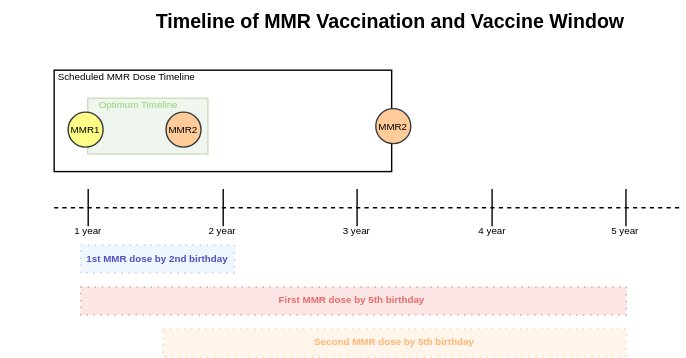
Above: 4. output/mmr timeline.svg in jubo-git/Project (draw.io), before the change. Source tidied: cells renumbered, new cells last; positions are measured from the earlier drawing's top-left corner, leaving out a move shared by most shapes.
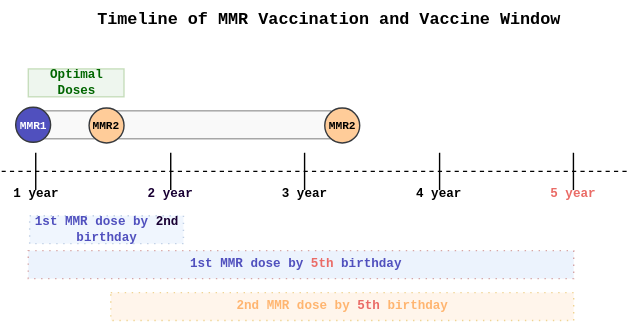
After the commit.

Commit message:
MMR colour matching.svg

Diff of the diagram source:
```diff
@@ -2,104 +2,98 @@
   <root>
     <mxCell id="0" />
     <mxCell id="1" parent="0" />
-    <mxCell id="2" style="rounded=0;whiteSpace=wrap;html=1;" parent="1" vertex="1">
-      <mxGeometry x="38" y="50" width="241.4" height="72.5" as="geometry" />
+    <mxCell id="2" style="rounded=0;whiteSpace=wrap;html=1;fontSize=9;fillColor=#f5f5f5;strokeColor=#666666;fontColor=#333333;opacity=60;fontFamily=Courier New;fontStyle=1;" parent="1" vertex="1">
+      <mxGeometry x="57" y="105" width="216.4" height="20" as="geometry" />
     </mxCell>
-    <mxCell id="3" style="rounded=0;whiteSpace=wrap;html=1;fillColor=#d5e8d4;strokeColor=#82b366;fontSize=7;opacity=40;" parent="1" vertex="1">
-      <mxGeometry x="62" y="70" width="86" height="40" as="geometry" />
+    <mxCell id="3" value="Optimal Doses" style="rounded=0;whiteSpace=wrap;html=1;fillColor=#d5e8d4;strokeColor=#82b366;fontSize=9;opacity=40;fontColor=#006600;fontFamily=Courier New;fontStyle=1;" parent="1" vertex="1">
+      <mxGeometry x="57" y="75" width="68.5" height="20" as="geometry" />
     </mxCell>
-    <mxCell id="4" value="&lt;b&gt;1st MMR dose by 2nd birthday&lt;/b&gt;" style="rounded=0;whiteSpace=wrap;html=1;fillColor=#dae8fc;strokeColor=#6c8ebf;dashed=1;dashPattern=1 4;opacity=40;fontSize=7;fontColor=light-dark(#5050be, #cdcdff);" parent="1" vertex="1">
-      <mxGeometry x="57" y="175" width="110" height="20" as="geometry" />
+    <mxCell id="4" value="1st MMR dose by &lt;span style=&quot;color: rgb(25, 0, 51);&quot;&gt;2nd&lt;/span&gt;&lt;span style=&quot;color: rgb(255, 217, 102);&quot;&gt; &lt;/span&gt;birthday" style="rounded=0;whiteSpace=wrap;html=1;fillColor=#dae8fc;strokeColor=#6c8ebf;dashed=1;dashPattern=1 4;opacity=40;fontSize=9;fontColor=light-dark(#5050be, #cdcdff);fontFamily=Courier New;fontStyle=1;" parent="1" vertex="1">
+      <mxGeometry x="58" y="180" width="110" height="20" as="geometry" />
     </mxCell>
-    <mxCell id="5" value="MMR1" style="ellipse;whiteSpace=wrap;html=1;shapeInside=1;fillColor=#ffff88;strokeColor=#36393d;fontSize=7;" parent="1" vertex="1">
-      <mxGeometry x="48" y="80" width="25" height="25" as="geometry" />
+    <mxCell id="5" value="MMR1" style="ellipse;whiteSpace=wrap;html=1;shapeInside=1;fillColor=#5050BE;strokeColor=#36393d;fontSize=8;fontFamily=Courier New;fontStyle=1;fontColor=#FFFFFF;" parent="1" vertex="1">
+      <mxGeometry x="48" y="102.5" width="25" height="25" as="geometry" />
     </mxCell>
-    <mxCell id="6" value="MMR2" style="ellipse;whiteSpace=wrap;html=1;shapeInside=1;fillColor=#ffcc99;strokeColor=#36393d;fontSize=7;" parent="1" vertex="1">
-      <mxGeometry x="118" y="80" width="25" height="25" as="geometry" />
+    <mxCell id="6" value="MMR2" style="ellipse;whiteSpace=wrap;html=1;shapeInside=1;fillColor=#ffcc99;strokeColor=#36393d;fontSize=8;fontFamily=Courier New;verticalAlign=middle;fontStyle=1;" parent="1" vertex="1">
+      <mxGeometry x="100.5" y="103" width="25" height="25" as="geometry" />
     </mxCell>
-    <mxCell id="7" value="MMR2" style="ellipse;whiteSpace=wrap;html=1;shapeInside=1;fillColor=#ffcc99;strokeColor=#36393d;fontSize=7;" parent="1" vertex="1">
-      <mxGeometry x="268" y="77.5" width="25" height="25" as="geometry" />
+    <mxCell id="7" value="MMR2" style="ellipse;whiteSpace=wrap;html=1;shapeInside=1;fillColor=#ffcc99;strokeColor=#36393d;fontSize=8;fontFamily=Courier New;fontStyle=1;" parent="1" vertex="1">
+      <mxGeometry x="269.1" y="103" width="25" height="25" as="geometry" />
     </mxCell>
-    <mxCell id="8" value="&lt;font&gt;&lt;b&gt;Second MMR dose by 5th birthday&lt;/b&gt;&lt;/font&gt;" style="rounded=0;whiteSpace=wrap;html=1;fillColor=#ffe6cc;strokeColor=#d79b00;dashed=1;dashPattern=1 4;opacity=40;fontColor=#FFB570;fontSize=7;" parent="1" vertex="1">
+    <mxCell id="8" value="&lt;font&gt;2nd MMR dose by &lt;span style=&quot;color: rgb(234, 107, 102);&quot;&gt;5th&lt;/span&gt; birthday&lt;/font&gt;" style="rounded=0;whiteSpace=wrap;html=1;fillColor=#ffe6cc;strokeColor=#d79b00;dashed=1;dashPattern=1 4;opacity=40;fontColor=#FFB570;fontSize=9;fontFamily=Courier New;fontStyle=1;" parent="1" vertex="1">
       <mxGeometry x="116" y="235" width="331.1" height="20" as="geometry" />
     </mxCell>
-    <mxCell id="9" value="Optimum Timeline" style="text;html=1;whiteSpace=wrap;strokeColor=none;fillColor=none;align=center;verticalAlign=middle;rounded=0;fontSize=7;fontColor=#97D077;" parent="1" vertex="1">
-      <mxGeometry x="62" y="70" width="72.5" height="10" as="geometry" />
-    </mxCell>
-    <mxCell id="10" value="Scheduled MMR Dose Timeline" style="text;html=1;whiteSpace=wrap;strokeColor=none;fillColor=none;align=center;verticalAlign=middle;rounded=0;fontSize=7;" parent="1" vertex="1">
-      <mxGeometry y="40" width="180" height="30" as="geometry" />
-    </mxCell>
-    <mxCell id="11" value="&lt;font style=&quot;color: rgb(234, 107, 102);&quot;&gt;&lt;b&gt;First MMR dose by 5th birthday&amp;nbsp;&lt;/b&gt;&lt;/font&gt;" style="rounded=0;whiteSpace=wrap;html=1;fillColor=#f8cecc;strokeColor=#b85450;dashed=1;dashPattern=1 4;opacity=50;fontSize=7;" parent="1" vertex="1">
+    <mxCell id="11" value="&lt;font style=&quot;&quot;&gt;1st MMR dose by &lt;span style=&quot;color: rgb(234, 107, 102);&quot;&gt;5th &lt;/span&gt;birthday&amp;nbsp;&lt;/font&gt;" style="rounded=0;whiteSpace=wrap;html=1;fillColor=#DAE8FC;strokeColor=#b85450;dashed=1;dashPattern=1 4;opacity=50;fontSize=9;fontFamily=Courier New;fontStyle=1;fontColor=#5050BE;" parent="1" vertex="1">
       <mxGeometry x="57" y="205" width="390.1" height="20" as="geometry" />
     </mxCell>
-    <mxCell id="12" style="group;" parent="1" vertex="1">
+    <mxCell id="12" style="group;fontSize=9;fontFamily=Courier New;fontStyle=1;" parent="1" vertex="1">
       <mxGeometry x="38" y="135" width="450" height="40" as="geometry" />
     </mxCell>
-    <mxCell id="13" style="endArrow=none;dashed=1;html=1;rounded=0;fontSize=7;startSize=8;endSize=8;curved=1;" parent="12" edge="1">
+    <mxCell id="13" style="endArrow=none;dashed=1;html=1;rounded=0;fontSize=9;startSize=8;endSize=8;curved=1;fontFamily=Courier New;fontStyle=1;" parent="12" edge="1">
       <mxGeometry relative="1" as="geometry">
         <mxPoint y="13.3" as="sourcePoint" />
         <mxPoint x="450" y="13.3" as="targetPoint" />
       </mxGeometry>
     </mxCell>
-    <mxCell id="14" style="group;fontSize=7;" parent="12" vertex="1">
+    <mxCell id="14" style="group;fontSize=9;fontFamily=Courier New;fontStyle=1;" parent="12" vertex="1">
       <mxGeometry width="49.1" height="40" as="geometry" />
     </mxCell>
-    <mxCell id="15" style="endArrow=none;html=1;rounded=0;fontSize=7;startSize=8;endSize=8;curved=1;" parent="14" edge="1">
+    <mxCell id="15" style="endArrow=none;html=1;rounded=0;fontSize=9;startSize=8;endSize=8;curved=1;fontFamily=Courier New;fontStyle=1;" parent="14" edge="1">
       <mxGeometry relative="1" as="geometry">
         <mxPoint x="24.3" y="26.7" as="sourcePoint" />
         <mxPoint x="24.3" as="targetPoint" />
       </mxGeometry>
     </mxCell>
-    <mxCell id="16" value="1 year" style="text;html=1;whiteSpace=wrap;strokeColor=none;fillColor=none;align=center;verticalAlign=middle;rounded=0;fontSize=7;" parent="14" vertex="1">
+    <mxCell id="16" value="1 year" style="text;html=1;whiteSpace=wrap;strokeColor=none;fillColor=none;align=center;verticalAlign=middle;rounded=0;fontSize=9;fontFamily=Courier New;fontStyle=1;" parent="14" vertex="1">
       <mxGeometry y="20" width="49.1" height="20" as="geometry" />
     </mxCell>
-    <mxCell id="17" style="group;fontSize=7;" parent="12" vertex="1">
+    <mxCell id="17" style="group;fontSize=9;fontFamily=Courier New;fontStyle=1;" parent="12" vertex="1">
       <mxGeometry x="96.5" width="49.1" height="40" as="geometry" />
     </mxCell>
-    <mxCell id="18" style="endArrow=none;html=1;rounded=0;fontSize=7;startSize=8;endSize=8;curved=1;" parent="17" edge="1">
+    <mxCell id="18" style="endArrow=none;html=1;rounded=0;fontSize=9;startSize=8;endSize=8;curved=1;fontFamily=Courier New;fontStyle=1;" parent="17" edge="1">
       <mxGeometry relative="1" as="geometry">
         <mxPoint x="24.3" y="26.7" as="sourcePoint" />
         <mxPoint x="24.3" as="targetPoint" />
       </mxGeometry>
     </mxCell>
-    <mxCell id="19" value="2 year" style="text;html=1;whiteSpace=wrap;strokeColor=none;fillColor=none;align=center;verticalAlign=middle;rounded=0;fontSize=7;" parent="17" vertex="1">
+    <mxCell id="19" value="&lt;span style=&quot;color: rgb(25, 0, 51);&quot;&gt;2 year&lt;/span&gt;" style="text;html=1;whiteSpace=wrap;strokeColor=none;fillColor=none;align=center;verticalAlign=middle;rounded=0;fontSize=9;fontFamily=Courier New;fontStyle=1;" parent="17" vertex="1">
       <mxGeometry y="20" width="49.1" height="20" as="geometry" />
     </mxCell>
-    <mxCell id="20" style="group;fontSize=7;" parent="12" vertex="1">
+    <mxCell id="20" style="group;fontSize=9;fontFamily=Courier New;fontStyle=1;" parent="12" vertex="1">
       <mxGeometry x="384.5" width="49.1" height="40" as="geometry" />
     </mxCell>
-    <mxCell id="21" style="endArrow=none;html=1;rounded=0;fontSize=7;startSize=8;endSize=8;curved=1;" parent="20" edge="1">
+    <mxCell id="21" style="endArrow=none;html=1;rounded=0;fontSize=9;startSize=8;endSize=8;curved=1;fontFamily=Courier New;fontStyle=1;" parent="20" edge="1">
       <mxGeometry relative="1" as="geometry">
         <mxPoint x="24.3" y="26.7" as="sourcePoint" />
         <mxPoint x="24.3" as="targetPoint" />
       </mxGeometry>
     </mxCell>
-    <mxCell id="22" value="5 year" style="text;html=1;whiteSpace=wrap;strokeColor=none;fillColor=none;align=center;verticalAlign=middle;rounded=0;fontSize=7;" parent="20" vertex="1">
+    <mxCell id="22" value="&lt;span style=&quot;color: rgb(234, 107, 102);&quot;&gt;5 year&lt;/span&gt;" style="text;html=1;whiteSpace=wrap;strokeColor=none;fillColor=none;align=center;verticalAlign=middle;rounded=0;fontSize=9;fontFamily=Courier New;fontStyle=1;" parent="20" vertex="1">
       <mxGeometry y="20" width="49.1" height="20" as="geometry" />
     </mxCell>
-    <mxCell id="23" style="group;fontSize=7;" parent="12" vertex="1">
+    <mxCell id="23" style="group;fontSize=9;fontFamily=Courier New;fontStyle=1;" parent="12" vertex="1">
       <mxGeometry x="288.8" width="49.1" height="40" as="geometry" />
     </mxCell>
-    <mxCell id="24" style="endArrow=none;html=1;rounded=0;fontSize=7;startSize=8;endSize=8;curved=1;" parent="23" edge="1">
+    <mxCell id="24" style="endArrow=none;html=1;rounded=0;fontSize=9;startSize=8;endSize=8;curved=1;fontFamily=Courier New;fontStyle=1;" parent="23" edge="1">
       <mxGeometry relative="1" as="geometry">
         <mxPoint x="24.3" y="26.7" as="sourcePoint" />
         <mxPoint x="24.3" as="targetPoint" />
       </mxGeometry>
     </mxCell>
-    <mxCell id="25" value="4 year" style="text;html=1;whiteSpace=wrap;strokeColor=none;fillColor=none;align=center;verticalAlign=middle;rounded=0;fontSize=7;" parent="23" vertex="1">
+    <mxCell id="25" value="4 year" style="text;html=1;whiteSpace=wrap;strokeColor=none;fillColor=none;align=center;verticalAlign=middle;rounded=0;fontSize=9;fontFamily=Courier New;fontStyle=1;" parent="23" vertex="1">
       <mxGeometry y="20" width="49.1" height="20" as="geometry" />
     </mxCell>
-    <mxCell id="26" style="endArrow=none;html=1;rounded=0;fontSize=7;startSize=8;endSize=8;curved=1;" parent="12" edge="1">
+    <mxCell id="26" style="endArrow=none;html=1;rounded=0;fontSize=9;startSize=8;endSize=8;curved=1;fontFamily=Courier New;fontStyle=1;" parent="12" edge="1">
       <mxGeometry relative="1" as="geometry">
         <mxPoint x="216.6" y="26.7" as="sourcePoint" />
         <mxPoint x="216.6" as="targetPoint" />
       </mxGeometry>
     </mxCell>
-    <mxCell id="27" value="3 year" style="text;html=1;whiteSpace=wrap;strokeColor=none;fillColor=none;align=center;verticalAlign=middle;rounded=0;fontSize=7;" parent="12" vertex="1">
+    <mxCell id="27" value="3 year" style="text;html=1;whiteSpace=wrap;strokeColor=none;fillColor=none;align=center;verticalAlign=middle;rounded=0;fontSize=9;fontFamily=Courier New;fontStyle=1;" parent="12" vertex="1">
       <mxGeometry x="192.3" y="20" width="49.1" height="20" as="geometry" />
     </mxCell>
-    <mxCell id="28" value="Timeline of MMR Vaccination and Vaccine Window&amp;nbsp;" style="text;html=1;whiteSpace=wrap;strokeColor=none;fillColor=none;align=center;verticalAlign=middle;rounded=0;fontSize=14;fontStyle=1;" parent="1" vertex="1">
-      <mxGeometry x="78" width="405" height="30" as="geometry" />
+    <mxCell id="28" value="Timeline of MMR Vaccination and Vaccine Window&amp;nbsp;" style="text;html=1;whiteSpace=wrap;strokeColor=none;fillColor=none;align=center;verticalAlign=middle;rounded=0;fontSize=12;fontStyle=1;fontFamily=Courier New;" parent="1" vertex="1">
+      <mxGeometry x="73" y="25" width="405" height="30" as="geometry" />
     </mxCell>
   </root>
 </mxGraphModel>
```
